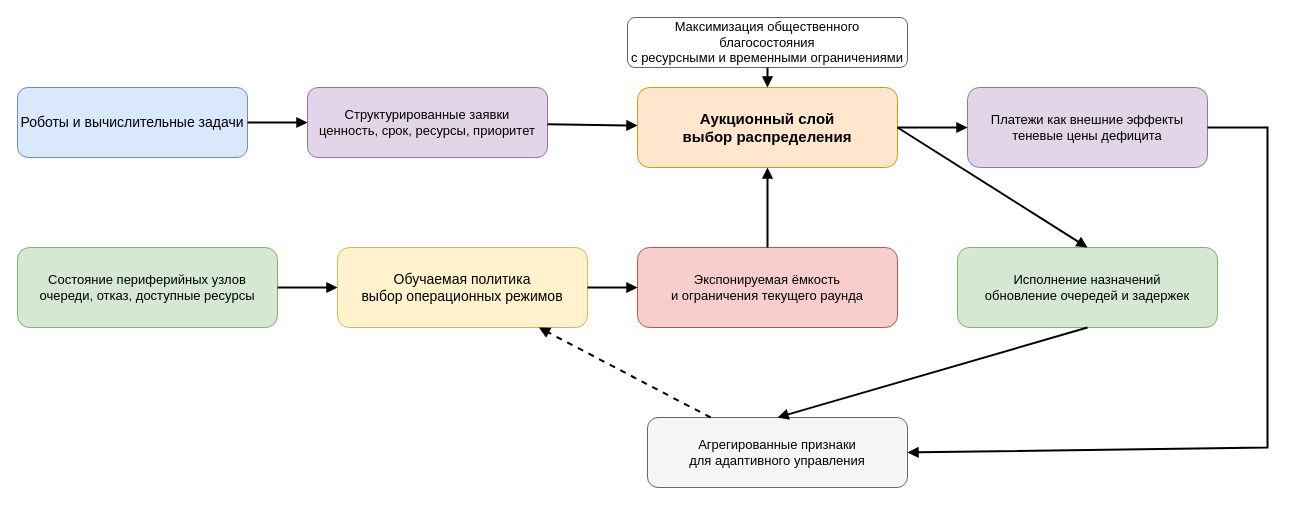
Earlier version of the draw.io diagram Dissertation/images/drawio/ch3_auction_layer.drawio (Dima12101/SPbU-Phd-LaTeX-Dissertation). Source tidied: cells renumbered, new cells numbered last; positions are measured from the earlier drawing's top-left corner, leaving out a move shared by most shapes. Both pictures are drawn from the tidied source at 100%, with x=0, y=0 at pixel (17, 17).
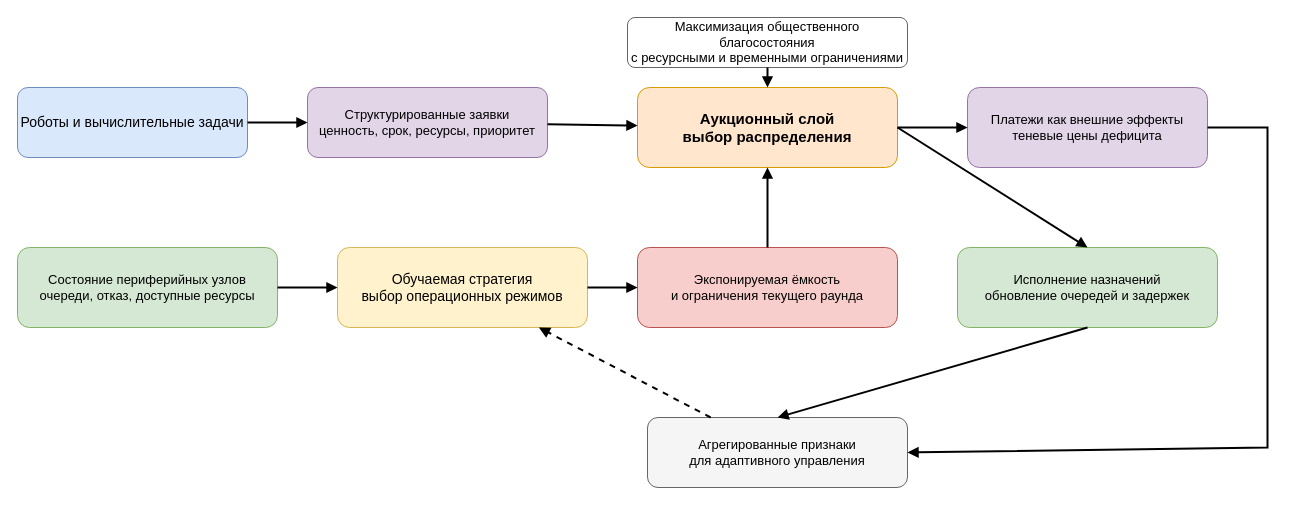
The same page after the edit.

What changed in the source:
```diff
@@
-    <mxCell id="5" value="Обучаемая политика&lt;br&gt;выбор операционных режимов" style="rounded=1;whiteSpace=wrap;html=1;fillColor=#fff2cc;strokeColor=#d6b656;fontSize=14;" parent="1" vertex="1">
+    <mxCell id="5" value="Обучаемая стратегия&lt;br&gt;выбор операционных режимов" style="rounded=1;whiteSpace=wrap;html=1;fillColor=#fff2cc;strokeColor=#d6b656;fontSize=14;" parent="1" vertex="1">
       <mxGeometry x="320" y="230" width="250" height="80" as="geometry" />
     </mxCell>
```
